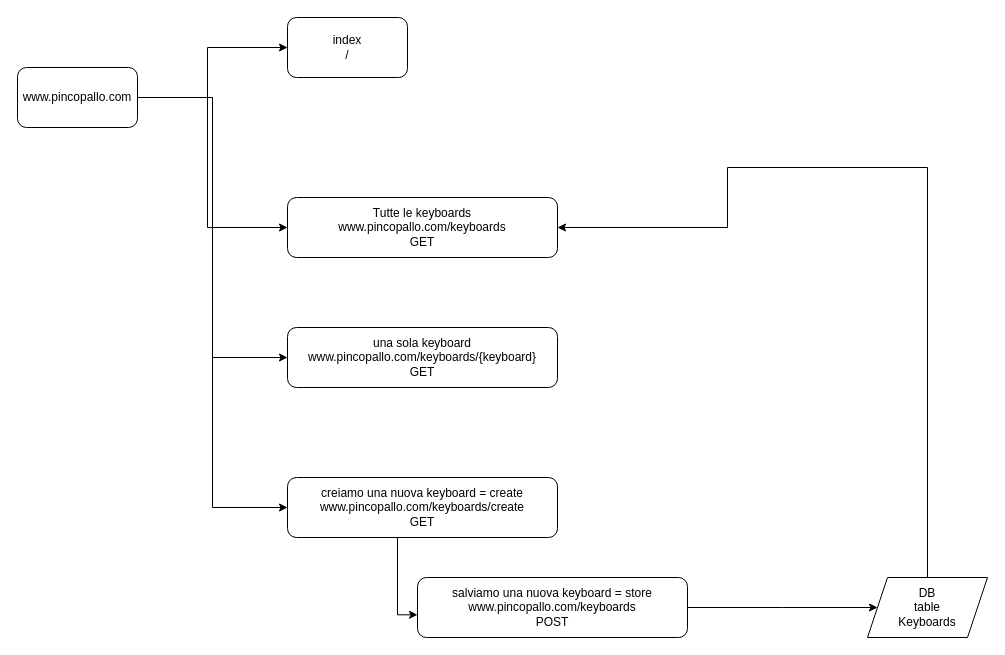
Above: crud.drawio in ChiaraPassaro/classe49-base-crud (draw.io), before the change. Source tidied: cells renumbered, new cells numbered last; positions are measured from the earlier drawing's top-left corner, leaving out a move shared by most shapes. Both pictures are drawn from the tidied source at 100%, with x=0, y=0 at pixel (17, 17).
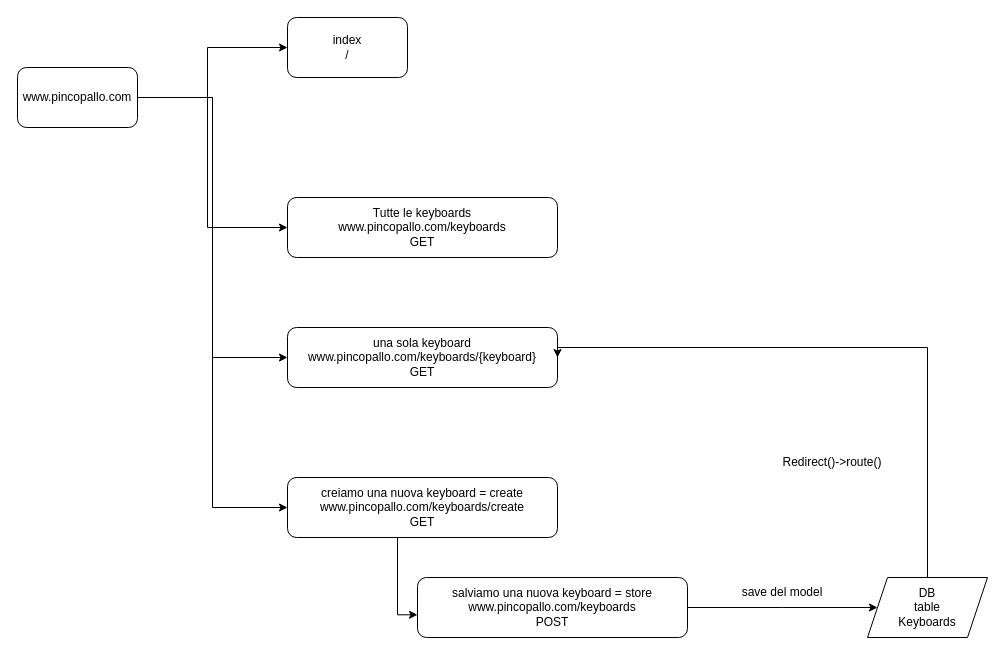
The same page after the edit.

Commit message (it also covers changes not shown here):
crud monitor

The change refers to these unchanged cells:
```xml
<mxCell id="8" value="Tutte le keyboards&lt;br&gt;www.pincopallo.com/keyboards&lt;br&gt;GET" style="whiteSpace=wrap;html=1;rounded=1;" parent="1" vertex="1">
  <mxGeometry x="270" y="180" width="270" height="60" as="geometry" />
</mxCell>
<mxCell id="9" value="una sola keyboard&lt;br&gt;www.pincopallo.com/keyboards/{keyboard}&lt;br&gt;GET" style="whiteSpace=wrap;html=1;rounded=1;" parent="1" vertex="1">
  <mxGeometry x="270" y="310" width="270" height="60" as="geometry" />
</mxCell>
<mxCell id="15" value="DB&lt;br&gt;table&lt;br&gt;Keyboards" style="shape=parallelogram;perimeter=parallelogramPerimeter;whiteSpace=wrap;html=1;fixedSize=1;" parent="1" vertex="1">
  <mxGeometry x="850" y="560" width="120" height="60" as="geometry" />
</mxCell>
```

What changed in the source:
```diff
@@
-    <mxCell id="14" style="edgeStyle=orthogonalEdgeStyle;rounded=0;jettySize=auto;html=1;" parent="1" edge="1" source="15" target="8">
+    <mxCell id="14" style="edgeStyle=orthogonalEdgeStyle;rounded=0;jettySize=auto;html=1;entryX=1;entryY=0.5;entryDx=0;entryDy=0;" parent="1" edge="1" source="15" target="9">
       <mxGeometry relative="1" as="geometry">
         <Array as="points">
-          <mxPoint x="910" y="150" />
-          <mxPoint x="710" y="150" />
-          <mxPoint x="710" y="210" />
+          <mxPoint x="910" y="330" />
+          <mxPoint x="540" y="330" />
         </Array>
       </mxGeometry>
     </mxCell>
@@
+    <mxCell id="16" value="Redirect()-&amp;gt;route()" style="text;html=1;strokeColor=none;fillColor=none;align=center;verticalAlign=middle;whiteSpace=wrap;rounded=0;" parent="1" vertex="1">
+      <mxGeometry x="730" y="430" width="170" height="30" as="geometry" />
+    </mxCell>
+    <mxCell id="17" value="save del model" style="text;html=1;strokeColor=none;fillColor=none;align=center;verticalAlign=middle;whiteSpace=wrap;rounded=0;" parent="1" vertex="1">
+      <mxGeometry x="680" y="560" width="170" height="30" as="geometry" />
+    </mxCell>
```
